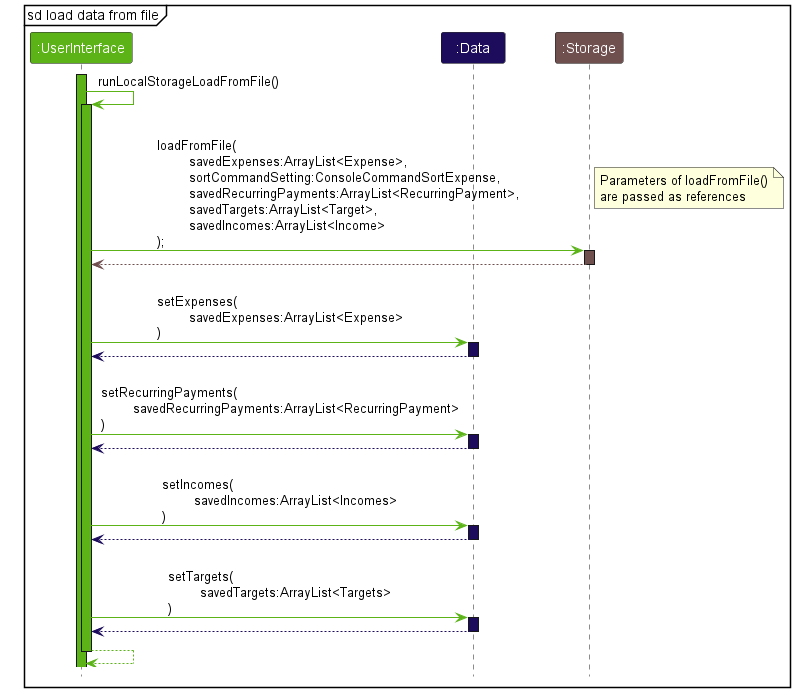
Above: docs/images/ComponentInteractionsSDLoadDataFromFile.png in nus-cs2113-AY2223S1/tp (PlantUML), before the change.
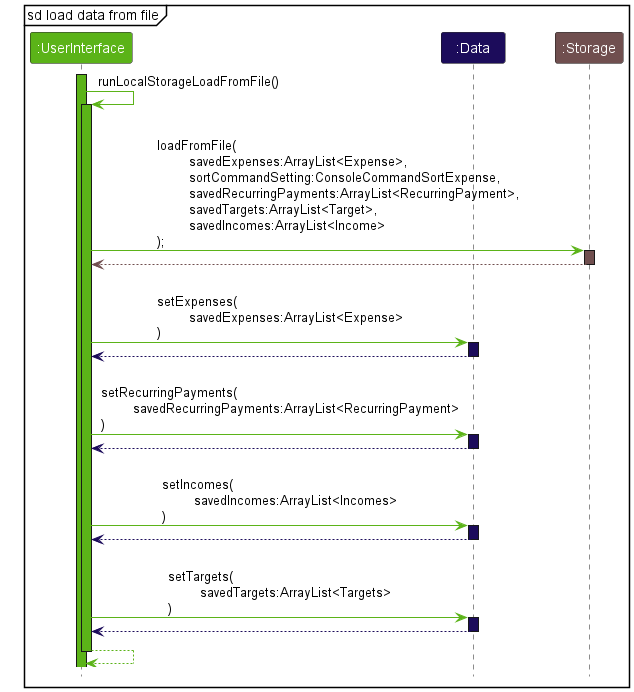
The same diagram one commit later.

Commit message:
Remove note from load data from file sd

What changed in the source:
```diff
@@ -15,11 +15,6 @@
 
 UserInterface -[USER_INTERFACE_COLOR_1]> Storage : \lloadFromFile(\n\tsavedExpenses:ArrayList<Expense>,\n\tsortCommandSetting:ConsoleCommandSortExpense,\n\tsavedRecurringPayments:ArrayList<RecurringPayment>,\n\tsavedTargets:ArrayList<Target>,\n\tsavedIncomes:ArrayList<Income>\n);
 activate Storage STORAGE_COLOR_1
-
-note right
-    Parameters of loadFromFile()
-    are passed as references
-end note
 
 Storage --[STORAGE_COLOR_1]> UserInterface
 deactivate Storage
```
